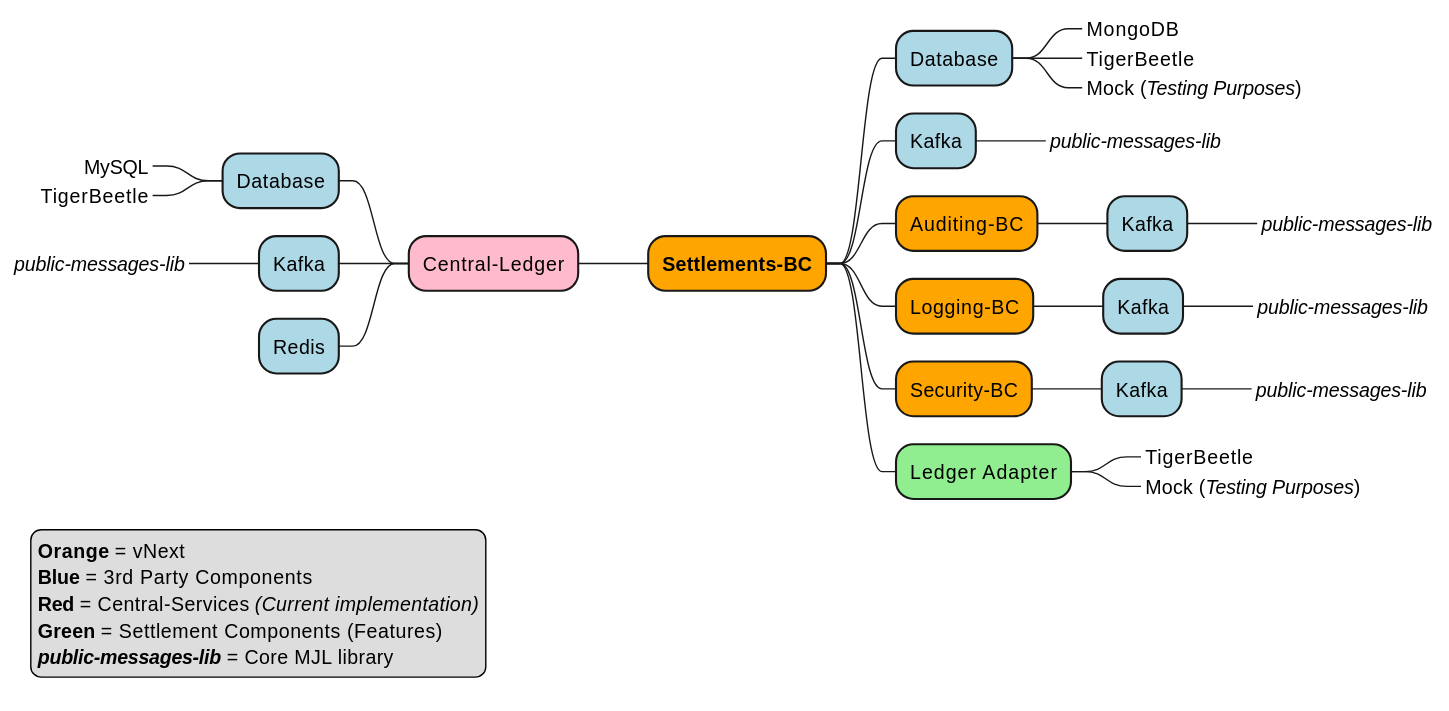
Above: docs/flows/30-settlement-architecture-cl.svg in mojaloop/settlements-bc (PlantUML), before the change.
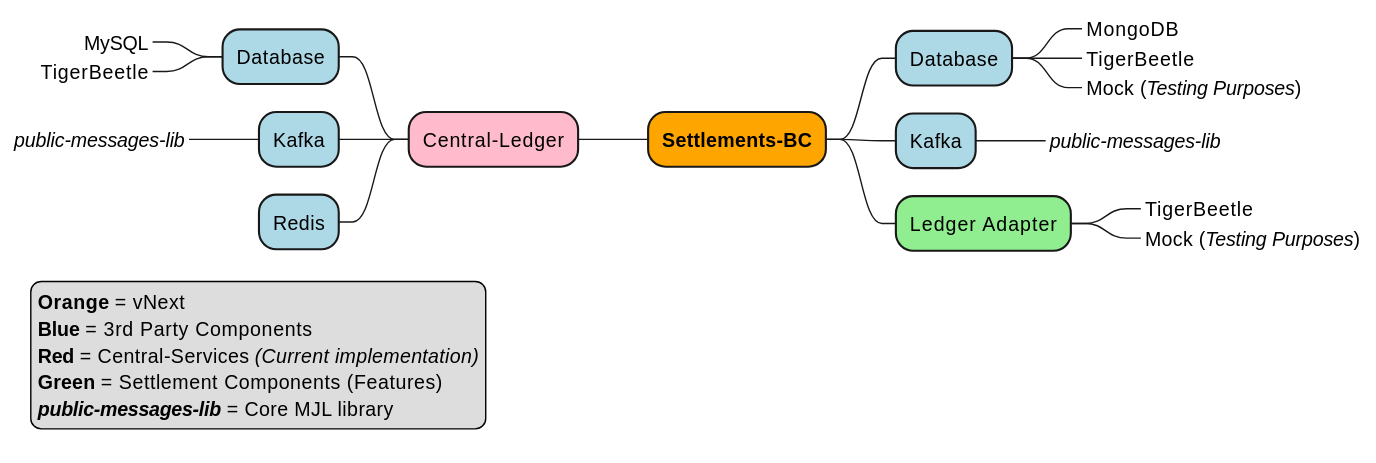
Above is the later version.

The edit, as a diff of the source:
```diff
@@ -6,15 +6,6 @@
 +++_ Mock (//Testing Purposes//)
 ++[#Lightblue] Kafka
 +++_ //public-messages-lib//
-++[#Orange] Auditing-BC
-+++[#Lightblue] Kafka
-++++_ //public-messages-lib//
-++[#Orange] Logging-BC
-+++[#Lightblue] Kafka
-++++_ //public-messages-lib//
-++[#Orange] Security-BC
-+++[#Lightblue] Kafka
-++++_ //public-messages-lib//
 ++[#LightGreen] Ledger Adapter
 ***_ TigerBeetle
 ***_ Mock (//Testing Purposes//)
```
